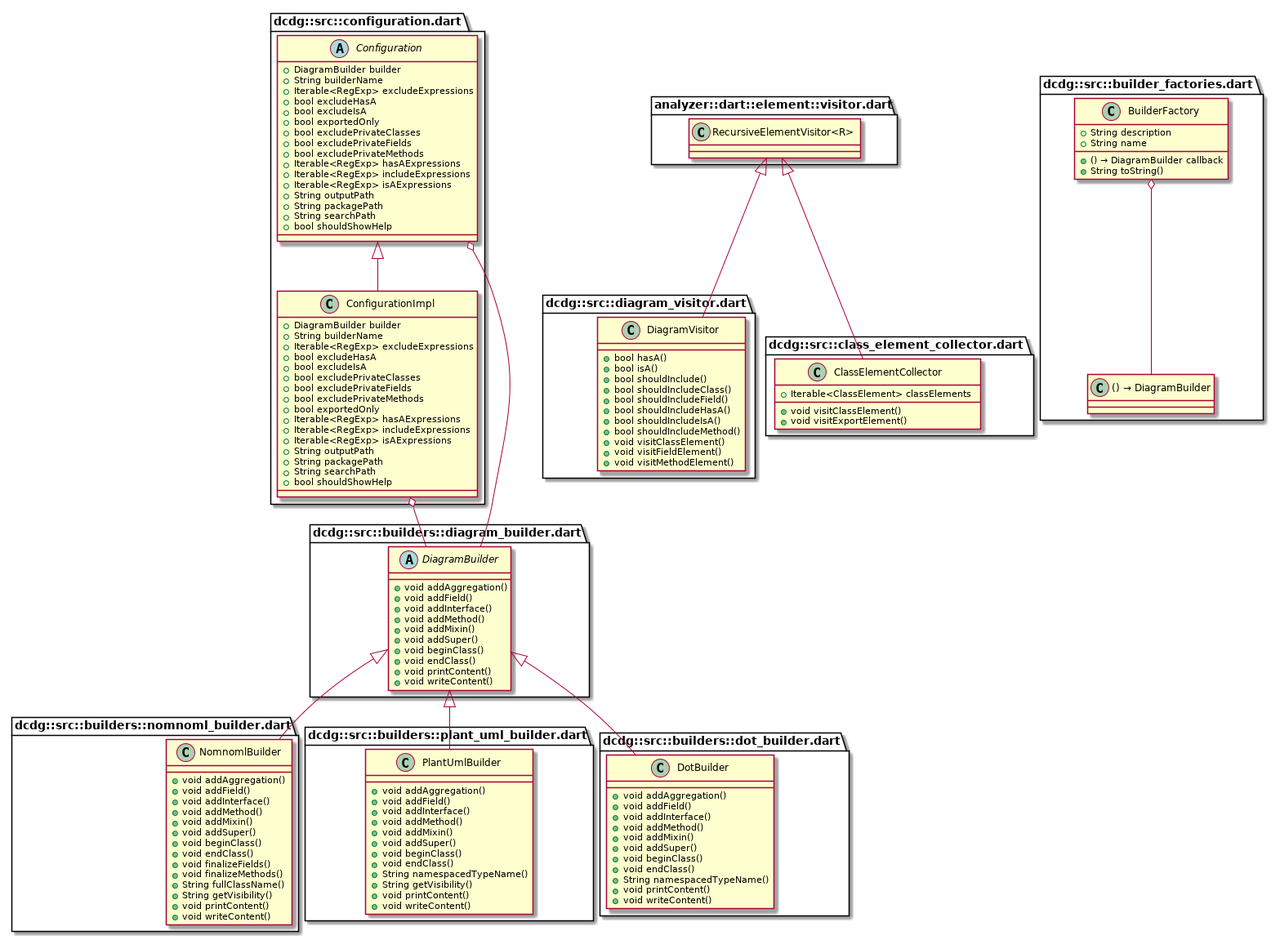
The PlantUML diagram example/dcdg.png in glesica/dcdg.dart, before a commit. Its diagram source:
```plantuml
@startuml
set namespaceSeparator ::

abstract class "dcdg::src::configuration.dart::Configuration" {
  +DiagramBuilder builder
  +String builderName
  +Iterable<RegExp> excludeExpressions
  +bool excludeHasA
  +bool excludeIsA
  +bool exportedOnly
  +bool excludePrivateClasses
  +bool excludePrivateFields
  +bool excludePrivateMethods
  +Iterable<RegExp> hasAExpressions
  +Iterable<RegExp> includeExpressions
  +Iterable<RegExp> isAExpressions
  +String outputPath
  +String packagePath
  +String searchPath
  +bool shouldShowHelp
}

"dcdg::src::configuration.dart::Configuration" o-- "dcdg::src::builders::diagram_builder.dart::DiagramBuilder"

class "dcdg::src::configuration.dart::ConfigurationImpl" {
  +DiagramBuilder builder
  +String builderName
  +Iterable<RegExp> excludeExpressions
  +bool excludeHasA
  +bool excludeIsA
  +bool excludePrivateClasses
  +bool excludePrivateFields
  +bool excludePrivateMethods
  +bool exportedOnly
  +Iterable<RegExp> hasAExpressions
  +Iterable<RegExp> includeExpressions
  +Iterable<RegExp> isAExpressions
  +String outputPath
  +String packagePath
  +String searchPath
  +bool shouldShowHelp
}

"dcdg::src::configuration.dart::ConfigurationImpl" o-- "dcdg::src::builders::diagram_builder.dart::DiagramBuilder"
"dcdg::src::configuration.dart::Configuration" <|-- "dcdg::src::configuration.dart::ConfigurationImpl"

class "dcdg::src::diagram_visitor.dart::DiagramVisitor" {
  +bool hasA()
  +bool isA()
  +bool shouldInclude()
  +bool shouldIncludeClass()
  +bool shouldIncludeField()
  +bool shouldIncludeHasA()
  +bool shouldIncludeIsA()
  +bool shouldIncludeMethod()
  +void visitClassElement()
  +void visitFieldElement()
  +void visitMethodElement()
}

"analyzer::dart::element::visitor.dart::RecursiveElementVisitor<R>" <|-- "dcdg::src::diagram_visitor.dart::DiagramVisitor"

class "dcdg::src::builders::nomnoml_builder.dart::NomnomlBuilder" {
  +void addAggregation()
  +void addField()
  +void addInterface()
  +void addMethod()
  +void addMixin()
  +void addSuper()
  +void beginClass()
  +void endClass()
  +void finalizeFields()
  +void finalizeMethods()
  +String fullClassName()
  +String getVisibility()
  +void printContent()
  +void writeContent()
}

"dcdg::src::builders::diagram_builder.dart::DiagramBuilder" <|-- "dcdg::src::builders::nomnoml_builder.dart::NomnomlBuilder"

class "dcdg::src::builders::plant_uml_builder.dart::PlantUmlBuilder" {
  +void addAggregation()
  +void addField()
  +void addInterface()
  +void addMethod()
  +void addMixin()
  +void addSuper()
  +void beginClass()
  +void endClass()
  +String namespacedTypeName()
  +String getVisibility()
  +void printContent()
  +void writeContent()
}

"dcdg::src::builders::diagram_builder.dart::DiagramBuilder" <|-- "dcdg::src::builders::plant_uml_builder.dart::PlantUmlBuilder"

class "dcdg::src::builders::dot_builder.dart::DotBuilder" {
  +void addAggregation()
  +void addField()
  +void addInterface()
  +void addMethod()
  +void addMixin()
  +void addSuper()
  +void beginClass()
  +void endClass()
  +String namespacedTypeName()
  +void printContent()
  +void writeContent()
}

"dcdg::src::builders::diagram_builder.dart::DiagramBuilder" <|-- "dcdg::src::builders::dot_builder.dart::DotBuilder"

abstract class "dcdg::src::builders::diagram_builder.dart::DiagramBuilder" {
  +void addAggregation()
  +void addField()
  +void addInterface()
  +void addMethod()
  +void addMixin()
  +void addSuper()
  +void beginClass()
  +void endClass()
  +void printContent()
  +void writeContent()
}

class "dcdg::src::builder_factories.dart::BuilderFactory" {
  +() → DiagramBuilder callback
  +String description
  +String name
  +String toString()
}

"dcdg::src::builder_factories.dart::BuilderFactory" o-- "dcdg::src::builder_factories.dart::() → DiagramBuilder"

class "dcdg::src::class_element_collector.dart::ClassElementCollector" {
  +Iterable<ClassElement> classElements
  +void visitClassElement()
  +void visitExportElement()
}

"analyzer::dart::element::visitor.dart::RecursiveElementVisitor<R>" <|-- "dcdg::src::class_element_collector.dart::ClassElementCollector"


@enduml
```
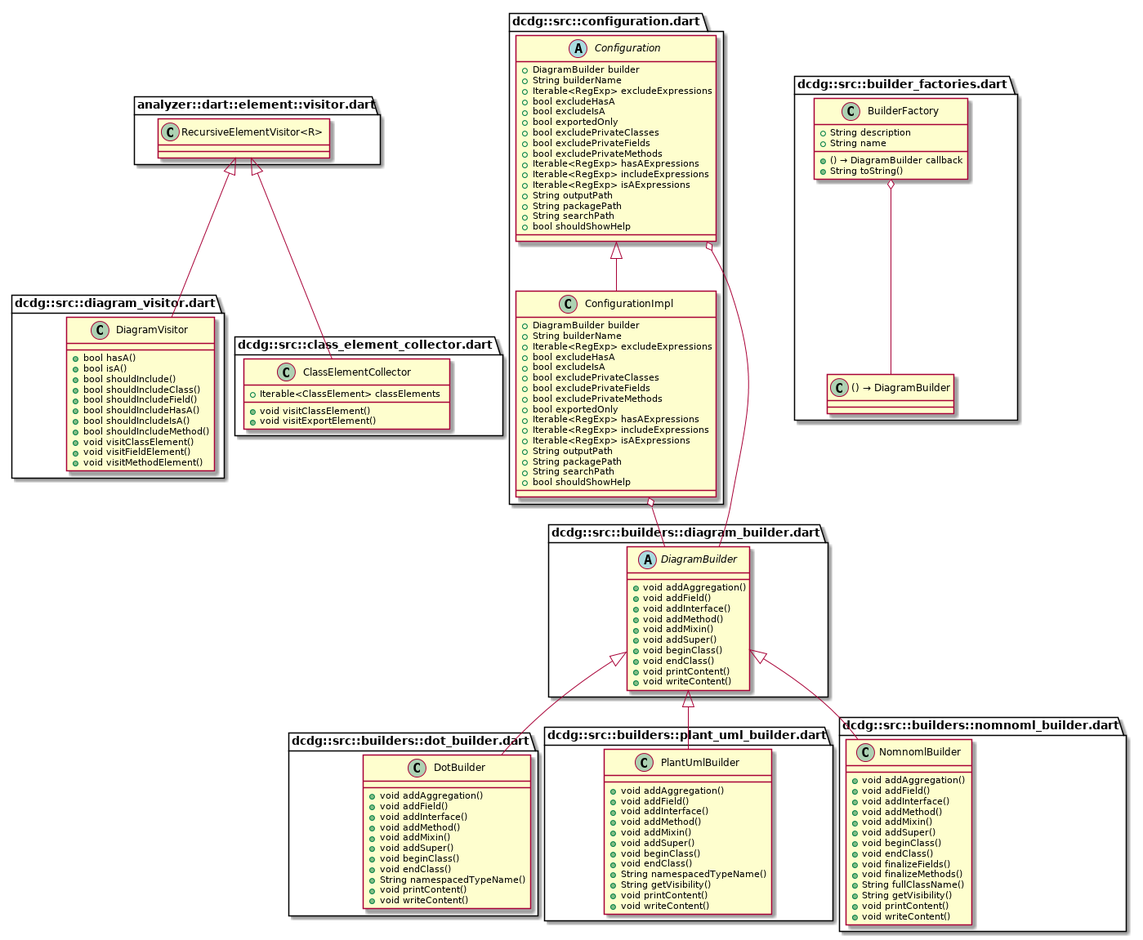
After the change.

The edit, as a diff of the source:
```diff
@@ -1,5 +1,86 @@
 @startuml
 set namespaceSeparator ::
+
+class "dcdg::src::diagram_visitor.dart::DiagramVisitor" {
+  +bool hasA()
+  +bool isA()
+  +bool shouldInclude()
+  +bool shouldIncludeClass()
+  +bool shouldIncludeField()
+  +bool shouldIncludeHasA()
+  +bool shouldIncludeIsA()
+  +bool shouldIncludeMethod()
+  +void visitClassElement()
+  +void visitFieldElement()
+  +void visitMethodElement()
+}
+
+"analyzer::dart::element::visitor.dart::RecursiveElementVisitor<R>" <|-- "dcdg::src::diagram_visitor.dart::DiagramVisitor"
+
+class "dcdg::src::builders::dot_builder.dart::DotBuilder" {
+  +void addAggregation()
+  +void addField()
+  +void addInterface()
+  +void addMethod()
+  +void addMixin()
+  +void addSuper()
+  +void beginClass()
+  +void endClass()
+  +String namespacedTypeName()
+  +void printContent()
+  +void writeContent()
+}
+
+"dcdg::src::builders::diagram_builder.dart::DiagramBuilder" <|-- "dcdg::src::builders::dot_builder.dart::DotBuilder"
+
+class "dcdg::src::builders::plant_uml_builder.dart::PlantUmlBuilder" {
+  +void addAggregation()
+  +void addField()
+  +void addInterface()
+  +void addMethod()
+  +void addMixin()
+  +void addSuper()
+  +void beginClass()
+  +void endClass()
+  +String namespacedTypeName()
+  +String getVisibility()
+  +void printContent()
+  +void writeContent()
+}
+
+"dcdg::src::builders::diagram_builder.dart::DiagramBuilder" <|-- "dcdg::src::builders::plant_uml_builder.dart::PlantUmlBuilder"
+
+abstract class "dcdg::src::builders::diagram_builder.dart::DiagramBuilder" {
+  +void addAggregation()
+  +void addField()
+  +void addInterface()
+  +void addMethod()
+  +void addMixin()
+  +void addSuper()
+  +void beginClass()
+  +void endClass()
+  +void printContent()
+  +void writeContent()
+}
+
+class "dcdg::src::builders::nomnoml_builder.dart::NomnomlBuilder" {
+  +void addAggregation()
+  +void addField()
+  +void addInterface()
+  +void addMethod()
+  +void addMixin()
+  +void addSuper()
+  +void beginClass()
+  +void endClass()
+  +void finalizeFields()
+  +void finalizeMethods()
+  +String fullClassName()
+  +String getVisibility()
+  +void printContent()
+  +void writeContent()
+}
+
+"dcdg::src::builders::diagram_builder.dart::DiagramBuilder" <|-- "dcdg::src::builders::nomnoml_builder.dart::NomnomlBuilder"
 
 abstract class "dcdg::src::configuration.dart::Configuration" {
   +DiagramBuilder builder
@@ -44,87 +125,6 @@
 "dcdg::src::configuration.dart::ConfigurationImpl" o-- "dcdg::src::builders::diagram_builder.dart::DiagramBuilder"
 "dcdg::src::configuration.dart::Configuration" <|-- "dcdg::src::configuration.dart::ConfigurationImpl"
 
-class "dcdg::src::diagram_visitor.dart::DiagramVisitor" {
-  +bool hasA()
-  +bool isA()
-  +bool shouldInclude()
-  +bool shouldIncludeClass()
-  +bool shouldIncludeField()
-  +bool shouldIncludeHasA()
-  +bool shouldIncludeIsA()
-  +bool shouldIncludeMethod()
-  +void visitClassElement()
-  +void visitFieldElement()
-  +void visitMethodElement()
-}
-
-"analyzer::dart::element::visitor.dart::RecursiveElementVisitor<R>" <|-- "dcdg::src::diagram_visitor.dart::DiagramVisitor"
-
-class "dcdg::src::builders::nomnoml_builder.dart::NomnomlBuilder" {
-  +void addAggregation()
-  +void addField()
-  +void addInterface()
-  +void addMethod()
-  +void addMixin()
-  +void addSuper()
-  +void beginClass()
-  +void endClass()
-  +void finalizeFields()
-  +void finalizeMethods()
-  +String fullClassName()
-  +String getVisibility()
-  +void printContent()
-  +void writeContent()
-}
-
-"dcdg::src::builders::diagram_builder.dart::DiagramBuilder" <|-- "dcdg::src::builders::nomnoml_builder.dart::NomnomlBuilder"
-
-class "dcdg::src::builders::plant_uml_builder.dart::PlantUmlBuilder" {
-  +void addAggregation()
-  +void addField()
-  +void addInterface()
-  +void addMethod()
-  +void addMixin()
-  +void addSuper()
-  +void beginClass()
-  +void endClass()
-  +String namespacedTypeName()
-  +String getVisibility()
-  +void printContent()
-  +void writeContent()
-}
-
-"dcdg::src::builders::diagram_builder.dart::DiagramBuilder" <|-- "dcdg::src::builders::plant_uml_builder.dart::PlantUmlBuilder"
-
-class "dcdg::src::builders::dot_builder.dart::DotBuilder" {
-  +void addAggregation()
-  +void addField()
-  +void addInterface()
-  +void addMethod()
-  +void addMixin()
-  +void addSuper()
-  +void beginClass()
-  +void endClass()
-  +String namespacedTypeName()
-  +void printContent()
-  +void writeContent()
-}
-
-"dcdg::src::builders::diagram_builder.dart::DiagramBuilder" <|-- "dcdg::src::builders::dot_builder.dart::DotBuilder"
-
-abstract class "dcdg::src::builders::diagram_builder.dart::DiagramBuilder" {
-  +void addAggregation()
-  +void addField()
-  +void addInterface()
-  +void addMethod()
-  +void addMixin()
-  +void addSuper()
-  +void beginClass()
-  +void endClass()
-  +void printContent()
-  +void writeContent()
-}
-
 class "dcdg::src::builder_factories.dart::BuilderFactory" {
   +() → DiagramBuilder callback
   +String description
```
